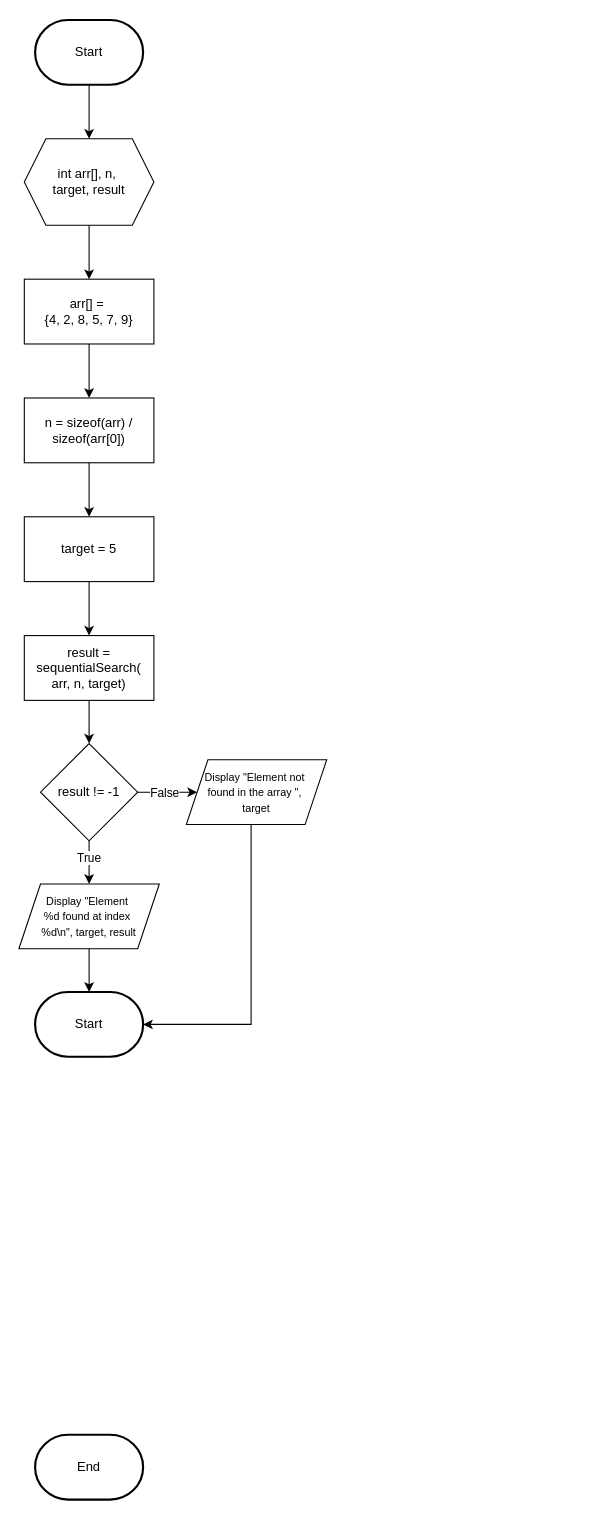
This is page "Sequential Search" (4 of 5) of Penda Modul 3.drawio from elikawicaksana/BuildIT_BasisData, a draw.io file, before an edit. Source tidied: cells renumbered, new cells numbered last; positions are measured from the earlier drawing's top-left corner, leaving out a move shared by most shapes. Both pictures are drawn from the tidied source at 108%, with x=0, y=0 at pixel (-9, 19).
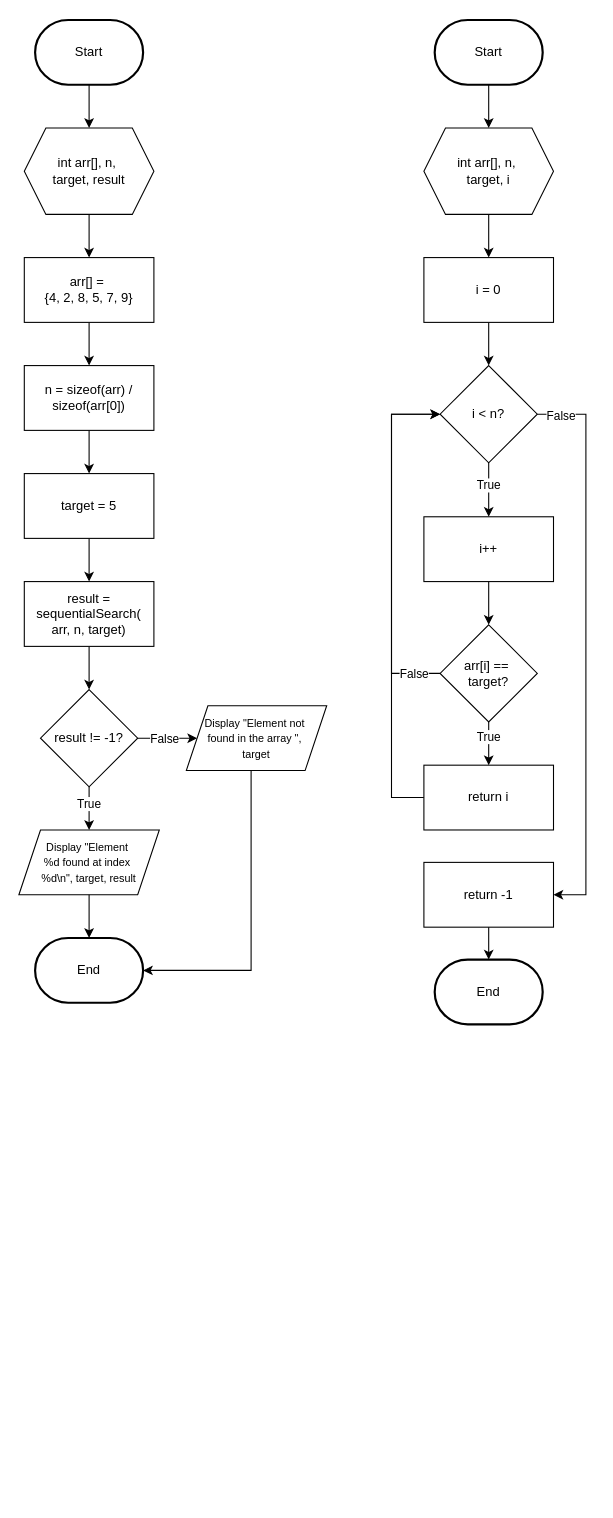
Above is the later version.

The edit, as a diff of the source:
```diff
@@
     <mxCell id="5" value="&lt;font style=&quot;font-size: 12px;&quot;&gt;int arr[], n,&amp;nbsp;&lt;/font&gt;&lt;div&gt;&lt;font style=&quot;font-size: 12px;&quot;&gt;target, result&lt;/font&gt;&lt;/div&gt;" style="shape=hexagon;perimeter=hexagonPerimeter2;whiteSpace=wrap;html=1;fixedSize=1;" parent="1" vertex="1">
-      <mxGeometry x="30" y="110" width="120" height="80" as="geometry" />
+      <mxGeometry x="30" y="100" width="120" height="80" as="geometry" />
     </mxCell>
@@
     <mxCell id="7" value="arr[] =&amp;nbsp;&lt;div&gt;{4, 2, 8, 5, 7, 9}&lt;/div&gt;" style="rounded=0;whiteSpace=wrap;html=1;" parent="1" vertex="1">
-      <mxGeometry x="30" y="240" width="120" height="60" as="geometry" />
+      <mxGeometry x="30" y="220" width="120" height="60" as="geometry" />
     </mxCell>
@@
     <mxCell id="9" value="n = sizeof(arr) / sizeof(arr[0])" style="rounded=0;whiteSpace=wrap;html=1;" parent="1" vertex="1">
-      <mxGeometry x="30" y="350" width="120" height="60" as="geometry" />
+      <mxGeometry x="30" y="320" width="120" height="60" as="geometry" />
     </mxCell>
@@
     <mxCell id="11" value="target = 5" style="rounded=0;whiteSpace=wrap;html=1;" parent="1" vertex="1">
-      <mxGeometry x="30" y="460" width="120" height="60" as="geometry" />
+      <mxGeometry x="30" y="420" width="120" height="60" as="geometry" />
     </mxCell>
@@
-    <mxCell id="13" value="End" style="strokeWidth=2;html=1;shape=mxgraph.flowchart.terminator;whiteSpace=wrap;" parent="1" vertex="1">
-      <mxGeometry x="40" y="1310" width="100" height="60" as="geometry" />
-    </mxCell>
@@
     <mxCell id="15" value="result = sequentialSearch(&lt;div&gt;arr, n, target)&lt;/div&gt;" style="rounded=0;whiteSpace=wrap;html=1;" parent="1" vertex="1">
-      <mxGeometry x="30" y="570" width="120" height="60" as="geometry" />
+      <mxGeometry x="30" y="520" width="120" height="60" as="geometry" />
     </mxCell>
@@
-    <mxCell id="20" value="result != -1" style="rhombus;whiteSpace=wrap;html=1;" parent="1" vertex="1">
-      <mxGeometry x="45" y="670" width="90" height="90" as="geometry" />
+    <mxCell id="20" value="result != -1?" style="rhombus;whiteSpace=wrap;html=1;" parent="1" vertex="1">
+      <mxGeometry x="45" y="620" width="90" height="90" as="geometry" />
     </mxCell>
     <mxCell id="21" value="&lt;font style=&quot;font-size: 10px;&quot;&gt;Display&amp;nbsp;&quot;Element&amp;nbsp;&lt;/font&gt;&lt;div&gt;&lt;font style=&quot;font-size: 10px;&quot;&gt;%d found at index&amp;nbsp;&lt;/font&gt;&lt;/div&gt;&lt;div&gt;&lt;font style=&quot;font-size: 10px;&quot;&gt;%d\n&quot;, target, result&lt;/font&gt;&lt;/div&gt;" style="shape=parallelogram;perimeter=parallelogramPerimeter;whiteSpace=wrap;html=1;fixedSize=1;" parent="1" vertex="1">
-      <mxGeometry x="25" y="800" width="130" height="60" as="geometry" />
+      <mxGeometry x="25" y="750" width="130" height="60" as="geometry" />
     </mxCell>
-    <mxCell id="22" value="Start" style="strokeWidth=2;html=1;shape=mxgraph.flowchart.terminator;whiteSpace=wrap;" parent="1" vertex="1">
-      <mxGeometry x="40" y="900" width="100" height="60" as="geometry" />
+    <mxCell id="22" value="End" style="strokeWidth=2;html=1;shape=mxgraph.flowchart.terminator;whiteSpace=wrap;" parent="1" vertex="1">
+      <mxGeometry x="40" y="850" width="100" height="60" as="geometry" />
     </mxCell>
@@
     <mxCell id="24" value="&lt;font style=&quot;font-size: 10px;&quot;&gt;Display&amp;nbsp;&quot;&lt;/font&gt;&lt;span style=&quot;font-size: 10px;&quot;&gt;Element not&amp;nbsp;&lt;/span&gt;&lt;div&gt;&lt;span style=&quot;font-size: 10px;&quot;&gt;found in the array &quot;,&amp;nbsp;&lt;/span&gt;&lt;/div&gt;&lt;div&gt;&lt;span style=&quot;font-size: 10px;&quot;&gt;target&lt;/span&gt;&lt;/div&gt;" style="shape=parallelogram;perimeter=parallelogramPerimeter;whiteSpace=wrap;html=1;fixedSize=1;" parent="1" vertex="1">
-      <mxGeometry x="180" y="685" width="130" height="60" as="geometry" />
+      <mxGeometry x="180" y="635" width="130" height="60" as="geometry" />
     </mxCell>
     <mxCell id="25" style="edgeStyle=orthogonalEdgeStyle;rounded=0;jettySize=auto;html=1;entryX=1;entryY=0.5;entryDx=0;entryDy=0;entryPerimeter=0;" parent="1" edge="1" source="24" target="22">
       <mxGeometry relative="1" as="geometry">
         <Array as="points">
-          <mxPoint x="240" y="930" />
+          <mxPoint x="240" y="880" />
         </Array>
       </mxGeometry>
     </mxCell>
+    <mxCell id="26" style="edgeStyle=orthogonalEdgeStyle;rounded=0;jettySize=auto;html=1;entryX=0.5;entryY=0;entryDx=0;entryDy=0;" parent="1" edge="1" source="27" target="29">
+      <mxGeometry relative="1" as="geometry" />
+    </mxCell>
+    <mxCell id="27" value="Start" style="strokeWidth=2;html=1;shape=mxgraph.flowchart.terminator;whiteSpace=wrap;" parent="1" vertex="1">
+      <mxGeometry x="410" width="100" height="60" as="geometry" />
+    </mxCell>
+    <mxCell id="28" style="edgeStyle=orthogonalEdgeStyle;rounded=0;jettySize=auto;html=1;entryX=0.5;entryY=0;entryDx=0;entryDy=0;" parent="1" edge="1" source="29" target="31">
+      <mxGeometry relative="1" as="geometry" />
+    </mxCell>
+    <mxCell id="29" value="int arr[], n,&amp;nbsp;&lt;div&gt;&lt;span style=&quot;background-color: initial; color: rgb(0, 0, 0); --darkreader-inline-bgcolor: initial; --darkreader-inline-color: #e8e6e3;&quot;&gt;target, i&lt;/span&gt;&lt;/div&gt;" style="shape=hexagon;perimeter=hexagonPerimeter2;whiteSpace=wrap;html=1;fixedSize=1;" parent="1" vertex="1">
+      <mxGeometry x="400" y="100" width="120" height="80" as="geometry" />
+    </mxCell>
+    <mxCell id="30" style="edgeStyle=orthogonalEdgeStyle;rounded=0;jettySize=auto;html=1;entryX=0.5;entryY=0;entryDx=0;entryDy=0;" parent="1" edge="1" source="31" target="36">
+      <mxGeometry relative="1" as="geometry" />
+    </mxCell>
+    <mxCell id="31" value="i = 0" style="rounded=0;whiteSpace=wrap;html=1;" parent="1" vertex="1">
+      <mxGeometry x="400" y="220" width="120" height="60" as="geometry" />
+    </mxCell>
+    <mxCell id="32" style="edgeStyle=orthogonalEdgeStyle;rounded=0;jettySize=auto;html=1;entryX=0.5;entryY=0;entryDx=0;entryDy=0;" parent="1" edge="1" source="36" target="38">
+      <mxGeometry relative="1" as="geometry" />
+    </mxCell>
+    <mxCell id="33" value="True" style="edgeLabel;html=1;align=center;verticalAlign=middle;" parent="32" vertex="1">
+      <mxGeometry x="-0.21" y="-1" relative="1" as="geometry" />
+    </mxCell>
+    <mxCell id="34" style="edgeStyle=orthogonalEdgeStyle;rounded=0;jettySize=auto;html=1;entryX=1;entryY=0.5;entryDx=0;entryDy=0;" parent="1" edge="1" source="36" target="46">
+      <mxGeometry relative="1" as="geometry">
+        <Array as="points">
+          <mxPoint x="550" y="365" />
+          <mxPoint x="550" y="810" />
+        </Array>
+      </mxGeometry>
+    </mxCell>
+    <mxCell id="35" value="False" style="edgeLabel;html=1;align=center;verticalAlign=middle;" parent="34" vertex="1">
+      <mxGeometry x="-0.92" y="-1" relative="1" as="geometry" />
+    </mxCell>
+    <mxCell id="36" value="i &amp;lt; n?" style="rhombus;whiteSpace=wrap;html=1;" parent="1" vertex="1">
+      <mxGeometry x="415" y="320" width="90" height="90" as="geometry" />
+    </mxCell>
+    <mxCell id="37" style="edgeStyle=orthogonalEdgeStyle;rounded=0;jettySize=auto;html=1;entryX=0.5;entryY=0;entryDx=0;entryDy=0;" parent="1" edge="1" source="38" target="43">
+      <mxGeometry relative="1" as="geometry" />
+    </mxCell>
+    <mxCell id="38" value="i++" style="rounded=0;whiteSpace=wrap;html=1;" parent="1" vertex="1">
+      <mxGeometry x="400" y="460" width="120" height="60" as="geometry" />
+    </mxCell>
+    <mxCell id="39" style="edgeStyle=orthogonalEdgeStyle;rounded=0;jettySize=auto;html=1;entryX=0.5;entryY=0;entryDx=0;entryDy=0;" parent="1" edge="1" source="43" target="45">
+      <mxGeometry relative="1" as="geometry" />
+    </mxCell>
+    <mxCell id="40" value="True" style="edgeLabel;html=1;align=center;verticalAlign=middle;" parent="39" vertex="1">
+      <mxGeometry x="-0.34" y="-1" relative="1" as="geometry" />
+    </mxCell>
+    <mxCell id="41" style="edgeStyle=orthogonalEdgeStyle;rounded=0;jettySize=auto;html=1;entryX=0;entryY=0.5;entryDx=0;entryDy=0;" parent="1" edge="1" source="43" target="36">
+      <mxGeometry relative="1" as="geometry">
+        <Array as="points">
+          <mxPoint x="370" y="605" />
+          <mxPoint x="370" y="365" />
+        </Array>
+      </mxGeometry>
+    </mxCell>
+    <mxCell id="42" value="False" style="edgeLabel;html=1;align=center;verticalAlign=middle;" parent="41" vertex="1">
+      <mxGeometry x="-0.85" relative="1" as="geometry" />
+    </mxCell>
+    <mxCell id="43" value="arr[i] ==&amp;nbsp;&lt;div&gt;target?&lt;/div&gt;" style="rhombus;whiteSpace=wrap;html=1;" parent="1" vertex="1">
+      <mxGeometry x="415" y="560" width="90" height="90" as="geometry" />
+    </mxCell>
+    <mxCell id="44" style="edgeStyle=orthogonalEdgeStyle;rounded=0;jettySize=auto;html=1;entryX=0;entryY=0.5;entryDx=0;entryDy=0;" parent="1" edge="1" source="45" target="36">
+      <mxGeometry relative="1" as="geometry">
+        <Array as="points">
+          <mxPoint x="370" y="720" />
+          <mxPoint x="370" y="365" />
+        </Array>
+      </mxGeometry>
+    </mxCell>
+    <mxCell id="45" value="return i" style="rounded=0;whiteSpace=wrap;html=1;" parent="1" vertex="1">
+      <mxGeometry x="400" y="690" width="120" height="60" as="geometry" />
+    </mxCell>
+    <mxCell id="46" value="return -1" style="rounded=0;whiteSpace=wrap;html=1;" parent="1" vertex="1">
+      <mxGeometry x="400" y="780" width="120" height="60" as="geometry" />
+    </mxCell>
+    <mxCell id="13" value="End" style="strokeWidth=2;html=1;shape=mxgraph.flowchart.terminator;whiteSpace=wrap;" parent="1" vertex="1">
+      <mxGeometry x="410" y="870" width="100" height="60" as="geometry" />
+    </mxCell>
+    <mxCell id="47" style="edgeStyle=orthogonalEdgeStyle;rounded=0;jettySize=auto;html=1;entryX=0.5;entryY=0;entryDx=0;entryDy=0;entryPerimeter=0;" parent="1" edge="1" source="46" target="13">
+      <mxGeometry relative="1" as="geometry" />
+    </mxCell>
```
